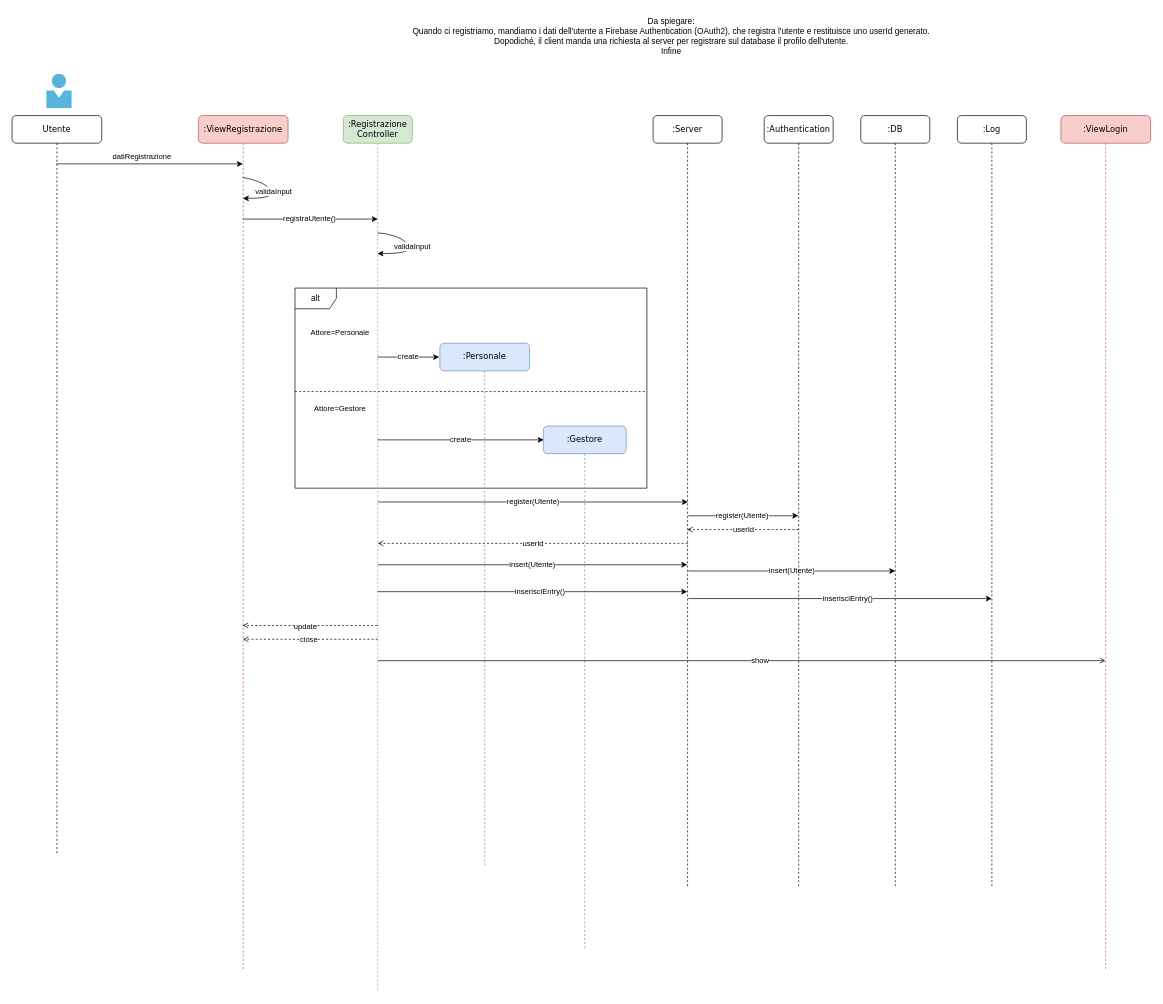
Earlier version of the draw.io diagram page "Registrazione" (1 of 7) of progettazione/dettaglio/dettaglioSequenza.drawio (Marco-Burattoni/Progetto-ids). Source tidied: cells renumbered, new cells numbered last; positions are measured from the earlier drawing's top-left corner, leaving out a move shared by most shapes. Both pictures are drawn from the tidied source at 69%, with x=0, y=0 at pixel (12, 12).
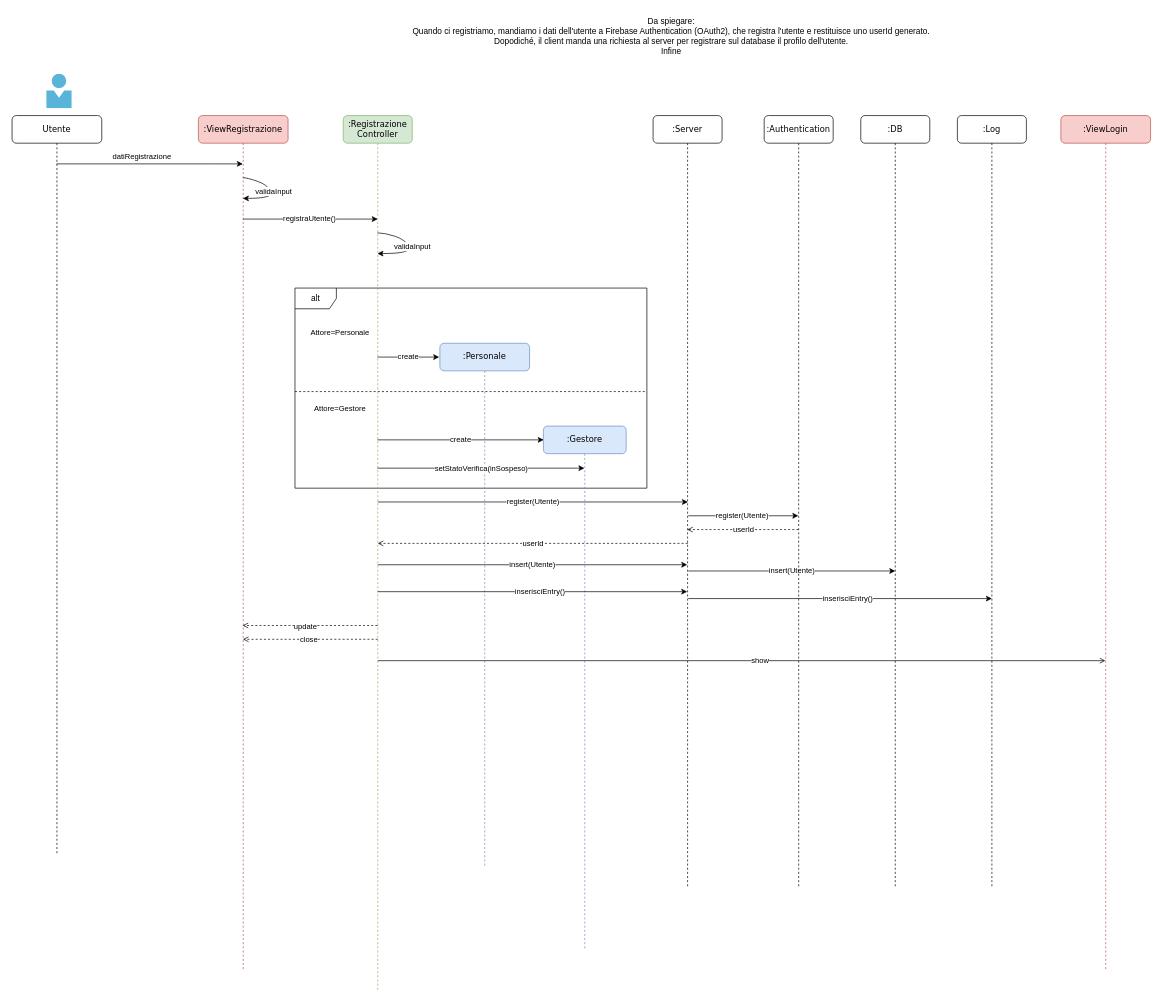
The same page after the edit.

Unchanged cells that the change refers to:
```xml
<mxCell id="5" value=":Gestore" style="shape=umlLifeline;perimeter=lifelinePerimeter;whiteSpace=wrap;html=1;outlineConnect=0;rounded=1;shadow=0;comic=0;labelBackgroundColor=none;strokeWidth=1;fontFamily=Verdana;fontSize=12;align=center;fillColor=#dae8fc;strokeColor=#6c8ebf;" parent="1" vertex="1">
  <mxGeometry x="770" y="600" width="120" height="760" as="geometry" />
</mxCell>
```

Diff of the diagram source:
```diff
@@
+    <mxCell id="36" value="setStatoVerifica(inSospeso)" style="endArrow=none;html=1;rounded=0;startArrow=classic;startFill=1;endFill=0;" parent="1" edge="1" source="5">
+      <mxGeometry relative="1" as="geometry">
+        <mxPoint x="529.5" y="661" as="targetPoint" />
+        <Array as="points">
+          <mxPoint x="690" y="661" />
+        </Array>
+      </mxGeometry>
+    </mxCell>
```
